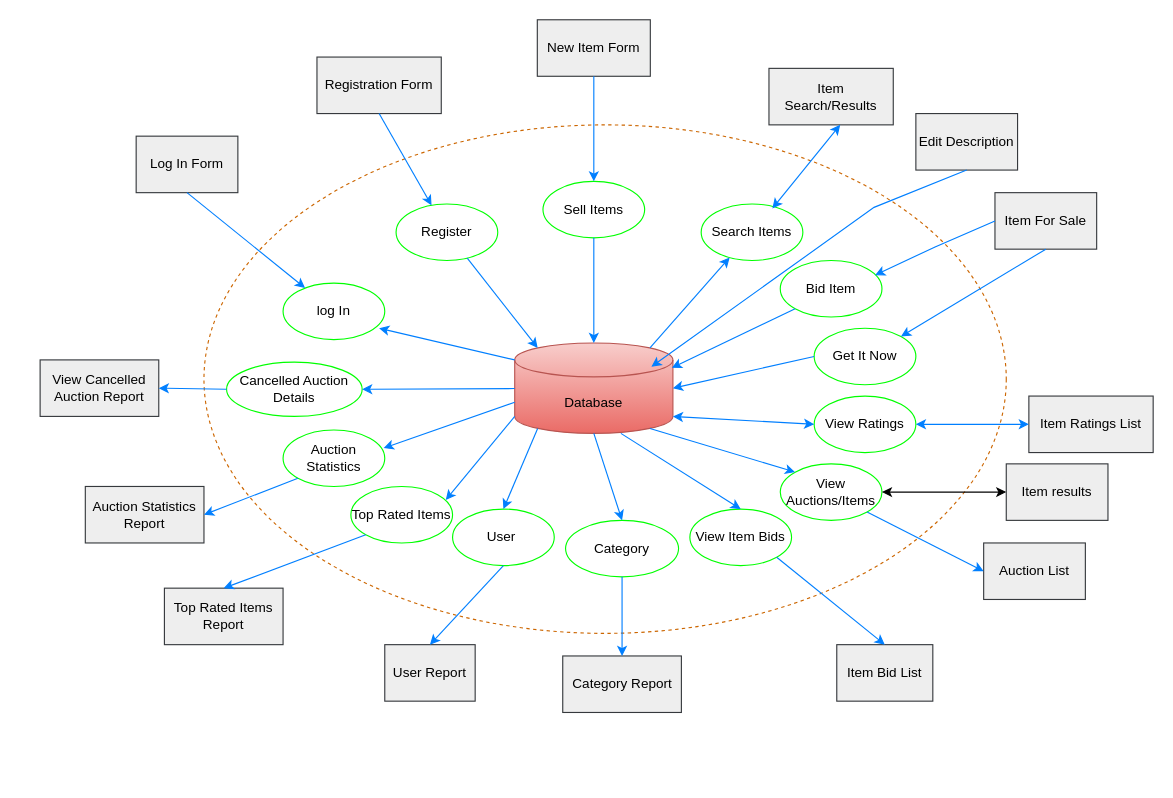
The draw.io diagram IFD_BuzzBid.drawio in jobanyv9/6400_DatbaseDesign, before the edit. Source tidied: cells renumbered, new cells numbered last; positions are measured from the earlier drawing's top-left corner, leaving out a move shared by most shapes. Both pictures are drawn from the tidied source at 113%, with x=0, y=0 at pixel (40, 19).
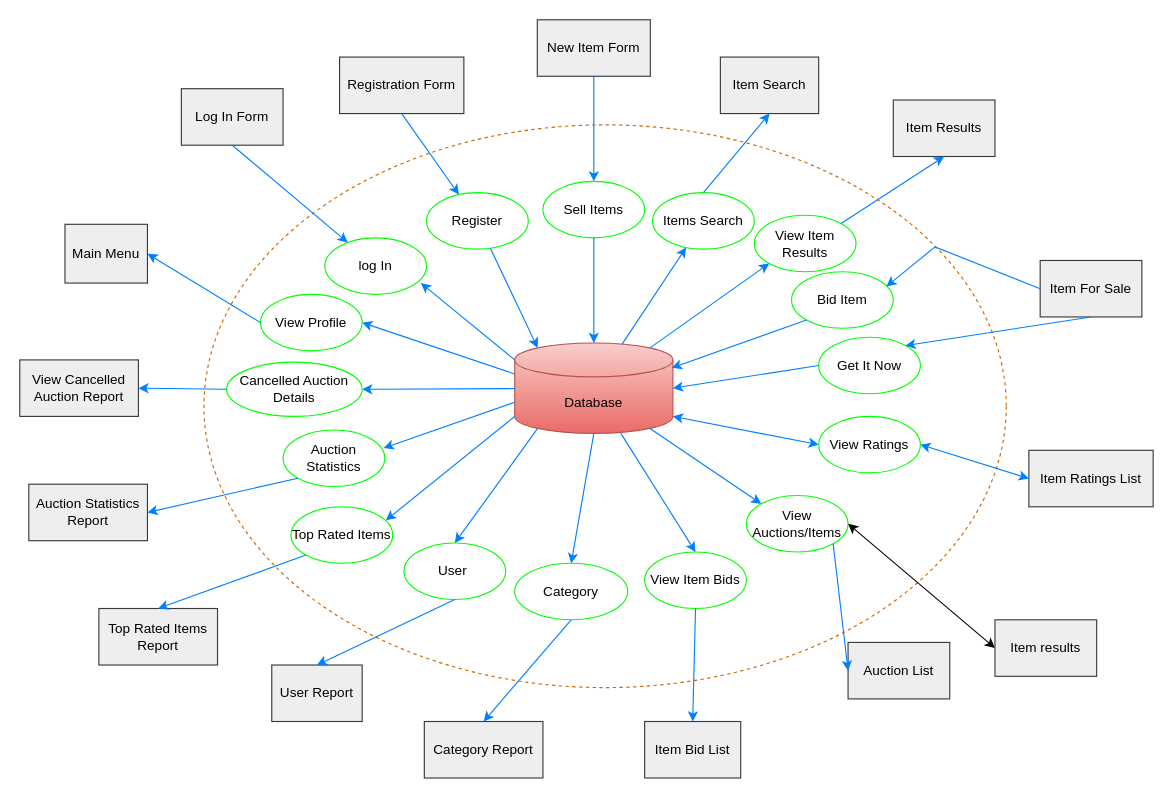
The same diagram, later.

The change refers to these unchanged cells:
```xml
<mxCell id="3" value="Database" style="shape=cylinder3;whiteSpace=wrap;html=1;boundedLbl=1;backgroundOutline=1;size=15;fillColor=#f8cecc;strokeColor=#b85450;gradientColor=#ea6b66;" parent="1" vertex="1">
  <mxGeometry x="420" y="286" width="140" height="80" as="geometry" />
</mxCell>
```

What changed in the source:
```diff
@@
     <mxCell id="2" style="ellipse;whiteSpace=wrap;html=1;fillStyle=hatch;shadow=0;dashed=1;strokeColor=#CC6600;fillColor=none;backgroundOutline=0;" parent="1" vertex="1">
-      <mxGeometry x="145" y="93" width="710" height="450" as="geometry" />
+      <mxGeometry x="145" y="93" width="710" height="498" as="geometry" />
     </mxCell>
@@
     <mxCell id="4" value="log In" style="ellipse;whiteSpace=wrap;html=1;strokeColor=#00FF00;" parent="1" vertex="1">
-      <mxGeometry x="215" y="233" width="90" height="50" as="geometry" />
+      <mxGeometry x="252" y="193" width="90" height="50" as="geometry" />
     </mxCell>
@@
     <mxCell id="6" value="Register" style="ellipse;whiteSpace=wrap;html=1;strokeColor=#00FF00;" parent="1" vertex="1">
-      <mxGeometry x="315" y="163" width="90" height="50" as="geometry" />
+      <mxGeometry x="342" y="153" width="90" height="50" as="geometry" />
     </mxCell>
@@
-    <mxCell id="8" value="Search Items" style="ellipse;whiteSpace=wrap;html=1;strokeColor=#00FF00;" parent="1" vertex="1">
-      <mxGeometry x="585" y="163" width="90" height="50" as="geometry" />
+    <mxCell id="8" value="Items Search" style="ellipse;whiteSpace=wrap;html=1;strokeColor=#00FF00;" parent="1" vertex="1">
+      <mxGeometry x="542" y="153" width="90" height="50" as="geometry" />
     </mxCell>
     <mxCell id="9" value="View Ratings" style="ellipse;whiteSpace=wrap;html=1;strokeColor=#00FF00;" parent="1" vertex="1">
-      <mxGeometry x="685" y="333" width="90" height="50" as="geometry" />
+      <mxGeometry x="689" y="351" width="90" height="50" as="geometry" />
     </mxCell>
     <mxCell id="10" value="View Auctions/Items" style="ellipse;whiteSpace=wrap;html=1;strokeColor=#00FF00;" parent="1" vertex="1">
-      <mxGeometry x="655" y="393" width="90" height="50" as="geometry" />
+      <mxGeometry x="625" y="421" width="90" height="50" as="geometry" />
     </mxCell>
     <mxCell id="11" value="Category" style="ellipse;whiteSpace=wrap;html=1;strokeColor=#00FF00;" parent="1" vertex="1">
-      <mxGeometry x="465" y="443" width="100" height="50" as="geometry" />
+      <mxGeometry x="420" y="481" width="100" height="50" as="geometry" />
     </mxCell>
     <mxCell id="12" value="User&amp;nbsp;" style="ellipse;whiteSpace=wrap;html=1;strokeColor=#00FF00;" parent="1" vertex="1">
-      <mxGeometry x="365" y="433" width="90" height="50" as="geometry" />
+      <mxGeometry x="322" y="463" width="90" height="50" as="geometry" />
     </mxCell>
     <mxCell id="13" value="Top Rated Items" style="ellipse;whiteSpace=wrap;html=1;strokeColor=#00FF00;" parent="1" vertex="1">
-      <mxGeometry x="275" y="413" width="90" height="50" as="geometry" />
+      <mxGeometry x="222" y="431" width="90" height="50" as="geometry" />
     </mxCell>
@@
     <mxCell id="21" value="Log In Form" style="rounded=0;whiteSpace=wrap;html=1;fillColor=#eeeeee;strokeColor=#36393d;" parent="1" vertex="1">
-      <mxGeometry x="85" y="103" width="90" height="50" as="geometry" />
+      <mxGeometry x="125" y="61" width="90" height="50" as="geometry" />
     </mxCell>
@@
     <mxCell id="23" value="Registration Form" style="rounded=0;whiteSpace=wrap;html=1;fillColor=#eeeeee;strokeColor=#36393d;" parent="1" vertex="1">
-      <mxGeometry x="245" y="33" width="110" height="50" as="geometry" />
+      <mxGeometry x="265" y="33" width="110" height="50" as="geometry" />
     </mxCell>
@@
-    <mxCell id="27" value="Item Search/Results" style="rounded=0;whiteSpace=wrap;html=1;fillColor=#eeeeee;strokeColor=#36393d;" parent="1" vertex="1">
-      <mxGeometry x="645" y="43" width="110" height="50" as="geometry" />
+    <mxCell id="27" value="Item Search" style="rounded=0;whiteSpace=wrap;html=1;fillColor=#eeeeee;strokeColor=#36393d;" parent="1" vertex="1">
+      <mxGeometry x="602" y="33" width="87" height="50" as="geometry" />
     </mxCell>
     <mxCell id="28" value="Item For Sale" style="rounded=0;whiteSpace=wrap;html=1;fillColor=#eeeeee;strokeColor=#36393d;" parent="1" vertex="1">
-      <mxGeometry x="845" y="153" width="90" height="50" as="geometry" />
+      <mxGeometry x="885" y="213" width="90" height="50" as="geometry" />
     </mxCell>
-    <mxCell id="29" style="endArrow=classic;html=1;rounded=0;exitX=0.855;exitY=0;exitDx=0;exitDy=4.35;exitPerimeter=0;curved=0;strokeColor=#007FFF;" parent="1" edge="1" source="3" target="8">
+    <mxCell id="29" style="endArrow=classic;html=1;rounded=0;exitX=0.679;exitY=0.013;exitDx=0;exitDy=0;exitPerimeter=0;curved=0;strokeColor=#007FFF;" parent="1" edge="1" source="3" target="8">
       <mxGeometry relative="1" as="geometry" />
     </mxCell>
-    <mxCell id="30" style="endArrow=classic;startArrow=classic;html=1;rounded=0;entryX=0.573;entryY=1;entryDx=0;entryDy=0;entryPerimeter=0;exitX=0.7;exitY=0.08;exitDx=0;exitDy=0;exitPerimeter=0;strokeColor=#007FFF;" parent="1" edge="1" source="8" target="27">
-      <mxGeometry relative="1" as="geometry" />
-    </mxCell>
     <mxCell id="31" value="Bid Item" style="ellipse;whiteSpace=wrap;html=1;strokeColor=#00FF00;" parent="1" vertex="1">
-      <mxGeometry x="655" y="213" width="90" height="50" as="geometry" />
+      <mxGeometry x="665" y="223" width="90" height="50" as="geometry" />
     </mxCell>
@@
     <mxCell id="34" value="Get It Now" style="ellipse;whiteSpace=wrap;html=1;strokeColor=#00FF00;" parent="1" vertex="1">
-      <mxGeometry x="685" y="273" width="90" height="50" as="geometry" />
+      <mxGeometry x="689" y="281" width="90" height="50" as="geometry" />
     </mxCell>
@@
     <mxCell id="39" value="Item Ratings List" style="rounded=0;whiteSpace=wrap;html=1;fillColor=#eeeeee;strokeColor=#36393d;" parent="1" vertex="1">
-      <mxGeometry x="875" y="333" width="110" height="50" as="geometry" />
+      <mxGeometry x="875" y="381" width="110" height="50" as="geometry" />
     </mxCell>
@@
     <mxCell id="41" value="Auction List" style="rounded=0;whiteSpace=wrap;html=1;fillColor=#eeeeee;strokeColor=#36393d;" parent="1" vertex="1">
-      <mxGeometry x="835" y="463" width="90" height="50" as="geometry" />
+      <mxGeometry x="715" y="551" width="90" height="50" as="geometry" />
     </mxCell>
@@
     <mxCell id="43" value="View Item Bids" style="ellipse;whiteSpace=wrap;html=1;strokeColor=#00FF00;" parent="1" vertex="1">
-      <mxGeometry x="575" y="433" width="90" height="50" as="geometry" />
+      <mxGeometry x="535" y="471" width="90" height="50" as="geometry" />
     </mxCell>
     <mxCell id="44" value="Item Bid List" style="rounded=0;whiteSpace=wrap;html=1;fillColor=#eeeeee;strokeColor=#36393d;" parent="1" vertex="1">
-      <mxGeometry x="705" y="553" width="85" height="50" as="geometry" />
+      <mxGeometry x="535" y="621" width="85" height="50" as="geometry" />
     </mxCell>
-    <mxCell id="45" style="endArrow=classic;html=1;rounded=0;exitX=1;exitY=1;exitDx=0;exitDy=0;strokeColor=#007FFF;entryX=0.5;entryY=0;entryDx=0;entryDy=0;" parent="1" edge="1" source="43" target="44">
+    <mxCell id="45" style="endArrow=classic;html=1;rounded=0;strokeColor=#007FFF;entryX=0.5;entryY=0;entryDx=0;entryDy=0;exitX=0.5;exitY=1;exitDx=0;exitDy=0;" parent="1" edge="1" source="43" target="44">
       <mxGeometry relative="1" as="geometry" />
     </mxCell>
@@
     <mxCell id="47" value="Category Report" style="rounded=0;whiteSpace=wrap;html=1;fillColor=#eeeeee;strokeColor=#36393d;" parent="1" vertex="1">
-      <mxGeometry x="462.5" y="563" width="105" height="50" as="geometry" />
+      <mxGeometry x="340" y="621" width="105" height="50" as="geometry" />
     </mxCell>
@@
     <mxCell id="49" value="User Report" style="rounded=0;whiteSpace=wrap;html=1;fillColor=#eeeeee;strokeColor=#36393d;" parent="1" vertex="1">
-      <mxGeometry x="305" y="553" width="80" height="50" as="geometry" />
+      <mxGeometry x="205" y="571" width="80" height="50" as="geometry" />
     </mxCell>
@@
     <mxCell id="51" value="Top Rated Items Report" style="rounded=0;whiteSpace=wrap;html=1;fillColor=#eeeeee;strokeColor=#36393d;" parent="1" vertex="1">
-      <mxGeometry x="110" y="503" width="105" height="50" as="geometry" />
+      <mxGeometry x="52" y="521" width="105" height="50" as="geometry" />
     </mxCell>
@@
     <mxCell id="55" value="Auction Statistics Report" style="rounded=0;whiteSpace=wrap;html=1;fillColor=#eeeeee;strokeColor=#36393d;" parent="1" vertex="1">
-      <mxGeometry x="40" y="413" width="105" height="50" as="geometry" />
+      <mxGeometry x="-10" y="411" width="105" height="50" as="geometry" />
     </mxCell>
@@
     <mxCell id="57" value="View Cancelled Auction Report" style="rounded=0;whiteSpace=wrap;html=1;fillColor=#eeeeee;strokeColor=#36393d;" parent="1" vertex="1">
-      <mxGeometry y="301" width="105" height="50" as="geometry" />
+      <mxGeometry x="-18" y="301" width="105" height="50" as="geometry" />
     </mxCell>
@@
-    <mxCell id="59" value="Edit Description" style="rounded=0;whiteSpace=wrap;html=1;fillColor=#eeeeee;strokeColor=#36393d;" parent="1" vertex="1">
-      <mxGeometry x="775" y="83" width="90" height="50" as="geometry" />
-    </mxCell>
-    <mxCell id="60" style="endArrow=classic;html=1;rounded=0;entryX=0.864;entryY=0.263;entryDx=0;entryDy=0;entryPerimeter=0;exitX=0.5;exitY=1;exitDx=0;exitDy=0;strokeColor=#007FFF;" parent="1" edge="1" source="59" target="3">
-      <mxGeometry relative="1" as="geometry">
-        <Array as="points">
-          <mxPoint x="738" y="166" />
-        </Array>
-      </mxGeometry>
-    </mxCell>
@@
     <mxCell id="62" value="Item results" style="rounded=0;whiteSpace=wrap;html=1;fillColor=#eeeeee;strokeColor=#36393d;" parent="1" vertex="1">
-      <mxGeometry x="855" y="393" width="90" height="50" as="geometry" />
+      <mxGeometry x="845" y="531" width="90" height="50" as="geometry" />
     </mxCell>
+    <mxCell id="63" value="Main Menu" style="rounded=0;whiteSpace=wrap;html=1;fillColor=#eeeeee;strokeColor=#36393d;" parent="1" vertex="1">
+      <mxGeometry x="22" y="181" width="73" height="52" as="geometry" />
+    </mxCell>
+    <mxCell id="64" value="View Profile" style="ellipse;whiteSpace=wrap;html=1;strokeColor=#00FF00;" parent="1" vertex="1">
+      <mxGeometry x="195" y="243" width="90" height="50" as="geometry" />
+    </mxCell>
+    <mxCell id="65" style="endArrow=classic;html=1;rounded=0;exitX=0;exitY=0;exitDx=0;exitDy=27.5;exitPerimeter=0;entryX=1;entryY=0.5;entryDx=0;entryDy=0;strokeColor=#007FFF;" parent="1" edge="1" source="3" target="64">
+      <mxGeometry relative="1" as="geometry" />
+    </mxCell>
+    <mxCell id="66" style="endArrow=classic;html=1;rounded=0;exitX=0;exitY=0.5;exitDx=0;exitDy=0;entryX=1;entryY=0.5;entryDx=0;entryDy=0;strokeColor=#007FFF;" parent="1" edge="1" source="64" target="63">
+      <mxGeometry relative="1" as="geometry" />
+    </mxCell>
+    <mxCell id="67" value="Item Results" style="rounded=0;whiteSpace=wrap;html=1;fillColor=#eeeeee;strokeColor=#36393d;" parent="1" vertex="1">
+      <mxGeometry x="755" y="71" width="90" height="50" as="geometry" />
+    </mxCell>
+    <mxCell id="30" style="endArrow=classic;html=1;rounded=0;exitX=0.5;exitY=0;exitDx=0;exitDy=0;curved=0;strokeColor=#007FFF;entryX=0.5;entryY=1;entryDx=0;entryDy=0;" parent="1" edge="1" source="8" target="27">
+      <mxGeometry relative="1" as="geometry" />
+    </mxCell>
+    <mxCell id="68" value="View Item Results" style="ellipse;whiteSpace=wrap;html=1;strokeColor=#00FF00;" parent="1" vertex="1">
+      <mxGeometry x="632" y="173" width="90" height="50" as="geometry" />
+    </mxCell>
+    <mxCell id="69" style="endArrow=classic;html=1;rounded=0;exitX=0.855;exitY=0;exitDx=0;exitDy=4.35;exitPerimeter=0;curved=0;strokeColor=#007FFF;entryX=0;entryY=1;entryDx=0;entryDy=0;" parent="1" edge="1" source="3" target="68">
+      <mxGeometry relative="1" as="geometry" />
+    </mxCell>
+    <mxCell id="70" style="endArrow=classic;html=1;rounded=0;exitX=1;exitY=0;exitDx=0;exitDy=0;curved=0;strokeColor=#007FFF;entryX=0.5;entryY=1;entryDx=0;entryDy=0;" parent="1" edge="1" source="68" target="67">
+      <mxGeometry relative="1" as="geometry" />
+    </mxCell>
```
